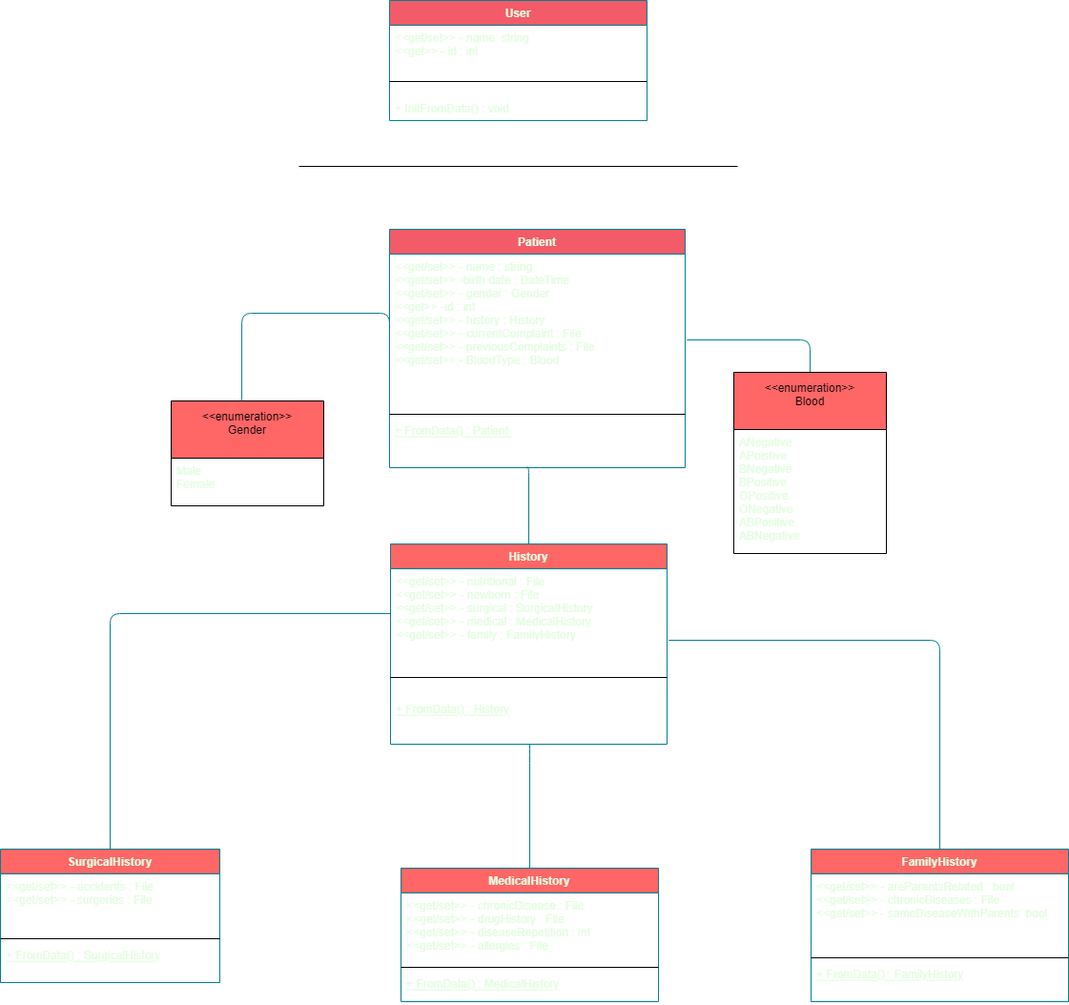
YusufAbdelaziz/go-clinic keeps this draw.io diagram as ClassDiagram.drawio.png. Above is the earlier version. Source tidied: cells renumbered, new cells last; positions are measured from the earlier drawing's top-left corner, leaving out a move shared by most shapes.
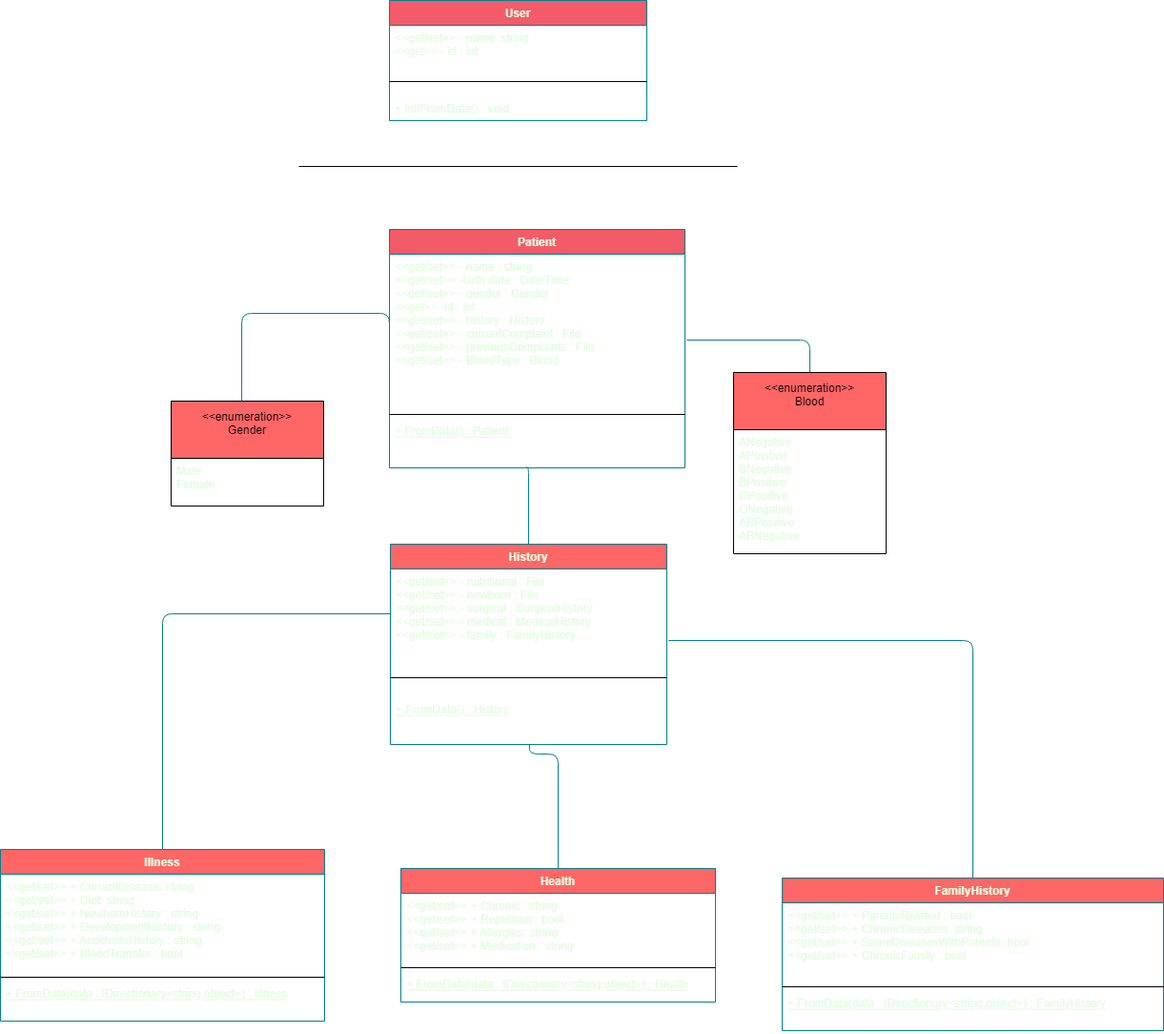
The same diagram one commit later.

Commit message:
Modified the class digram. (#19)

* Chganges the name of forms.

* Create dotnet-desktop.yml (#17)


* Update ClassDiagram.drawio.png

Change to the diagram source:
```diff
@@ -81,17 +81,17 @@
         </Array>
       </mxGeometry>
     </mxCell>
-    <mxCell id="23" value="SurgicalHistory&#10;" style="swimlane;fontStyle=1;align=center;verticalAlign=top;horizontal=1;startSize=26;rounded=0;sketch=0;fontColor=#E4FDE1;strokeColor=#028090;fillColor=#FF6666;" parent="1" vertex="1">
-      <mxGeometry y="890" width="230" height="140" as="geometry" />
+    <mxCell id="23" value="Illness" style="swimlane;fontStyle=1;align=center;verticalAlign=top;horizontal=1;startSize=26;rounded=0;sketch=0;fontColor=#E4FDE1;strokeColor=#028090;fillColor=#FF6666;" parent="1" vertex="1">
+      <mxGeometry y="890" width="340" height="180" as="geometry" />
     </mxCell>
-    <mxCell id="24" value="&lt;&lt;get/set&gt;&gt; - accidents : File&#10;&lt;&lt;get/set&gt;&gt; - surgeries : File" style="text;strokeColor=none;fillColor=none;align=left;verticalAlign=top;spacingLeft=4;spacingRight=4;overflow=hidden;rounded=0;sketch=0;fontColor=#E4FDE1;" parent="23" vertex="1">
-      <mxGeometry y="26" width="230" height="64" as="geometry" />
+    <mxCell id="24" value="&lt;&lt;get/set&gt;&gt; + CurrentDisease: string&#10;&lt;&lt;get/set&gt;&gt; + Diet: string&#10;&lt;&lt;get/set&gt;&gt; + NewbornHistory : string&#10;&lt;&lt;get/set&gt;&gt; + DevelopmentHistory : string&#10;&lt;&lt;get/set&gt;&gt; + AccidentsHistory : string&#10;&lt;&lt;get/set&gt;&gt; + BloodTransfer : bool" style="text;strokeColor=none;fillColor=none;align=left;verticalAlign=top;spacingLeft=4;spacingRight=4;overflow=hidden;rounded=0;sketch=0;fontColor=#E4FDE1;" parent="23" vertex="1">
+      <mxGeometry y="26" width="340" height="104" as="geometry" />
     </mxCell>
     <mxCell id="25" style="line;strokeWidth=1;fillColor=none;align=left;verticalAlign=middle;spacingTop=-1;spacingLeft=3;spacingRight=3;labelPosition=right;rounded=0;sketch=0;fontColor=#E4FDE1;" parent="23" vertex="1">
-      <mxGeometry y="90" width="230" height="8" as="geometry" />
+      <mxGeometry y="130" width="340" height="8" as="geometry" />
     </mxCell>
-    <mxCell id="26" value="+ FromData() : SurgicalHistory" style="text;strokeColor=none;fillColor=none;align=left;verticalAlign=top;spacingLeft=4;spacingRight=4;overflow=hidden;rounded=0;sketch=0;fontColor=#E4FDE1;fontStyle=4;" parent="23" vertex="1">
-      <mxGeometry y="98" width="230" height="42" as="geometry" />
+    <mxCell id="26" value="+ FromData(data : IDirectionary&lt;string,object&gt;) : Illness" style="text;strokeColor=none;fillColor=none;align=left;verticalAlign=top;spacingLeft=4;spacingRight=4;overflow=hidden;rounded=0;sketch=0;fontColor=#E4FDE1;fontStyle=4;" parent="23" vertex="1">
+      <mxGeometry y="138" width="340" height="42" as="geometry" />
     </mxCell>
     <mxCell id="27" style="edgeStyle=elbowEdgeStyle;rounded=1;sketch=0;jettySize=auto;elbow=vertical;html=1;exitX=0.5;exitY=0;exitDx=0;exitDy=0;fontColor=#E4FDE1;endArrow=none;endFill=0;strokeColor=#028090;fillColor=#F45B69;" parent="1" edge="1" source="28">
       <mxGeometry relative="1" as="geometry">
@@ -103,17 +103,17 @@
         </Array>
       </mxGeometry>
     </mxCell>
-    <mxCell id="28" value="MedicalHistory" style="swimlane;fontStyle=1;align=center;verticalAlign=top;horizontal=1;startSize=26;rounded=0;sketch=0;fontColor=#E4FDE1;strokeColor=#028090;fillColor=#FF6666;" parent="1" vertex="1">
-      <mxGeometry x="420" y="910" width="270" height="140" as="geometry" />
+    <mxCell id="28" value="Health" style="swimlane;fontStyle=1;align=center;verticalAlign=top;horizontal=1;startSize=26;rounded=0;sketch=0;fontColor=#E4FDE1;strokeColor=#028090;fillColor=#FF6666;" parent="1" vertex="1">
+      <mxGeometry x="420" y="910" width="330" height="140" as="geometry" />
     </mxCell>
-    <mxCell id="29" value="&lt;&lt;get/set&gt;&gt; - chronicDisease : File&#10;&lt;&lt;get/set&gt;&gt; - drugHistory : File&#10;&lt;&lt;get/set&gt;&gt; - diseaseRepetition : int&#10;&lt;&lt;get/set&gt;&gt; - allergies : File" style="text;strokeColor=none;fillColor=none;align=left;verticalAlign=top;spacingLeft=4;spacingRight=4;overflow=hidden;rounded=0;sketch=0;fontColor=#E4FDE1;" parent="28" vertex="1">
-      <mxGeometry y="26" width="270" height="74" as="geometry" />
+    <mxCell id="29" value="&lt;&lt;get/set&gt;&gt; + Chronic : string&#10;&lt;&lt;get/set&gt;&gt; + Repetition : bool&#10;&lt;&lt;get/set&gt;&gt; + Allergies: string&#10;&lt;&lt;get/set&gt;&gt; + Medication : string" style="text;strokeColor=none;fillColor=none;align=left;verticalAlign=top;spacingLeft=4;spacingRight=4;overflow=hidden;rounded=0;sketch=0;fontColor=#E4FDE1;" parent="28" vertex="1">
+      <mxGeometry y="26" width="330" height="74" as="geometry" />
     </mxCell>
     <mxCell id="30" style="line;strokeWidth=1;fillColor=none;align=left;verticalAlign=middle;spacingTop=-1;spacingLeft=3;spacingRight=3;labelPosition=right;rounded=0;sketch=0;fontColor=#E4FDE1;" parent="28" vertex="1">
-      <mxGeometry y="100" width="270" height="8" as="geometry" />
+      <mxGeometry y="100" width="330" height="8" as="geometry" />
     </mxCell>
-    <mxCell id="31" value="+ FromData() : MedicalHistory" style="text;strokeColor=none;fillColor=none;align=left;verticalAlign=top;spacingLeft=4;spacingRight=4;overflow=hidden;rounded=0;sketch=0;fontColor=#E4FDE1;fontStyle=4;" parent="28" vertex="1">
-      <mxGeometry y="108" width="270" height="32" as="geometry" />
+    <mxCell id="31" value="+ FromData(data : IDirectionary&lt;string,object&gt;) : Health" style="text;strokeColor=none;fillColor=none;align=left;verticalAlign=top;spacingLeft=4;spacingRight=4;overflow=hidden;rounded=0;sketch=0;fontColor=#E4FDE1;fontStyle=4;" parent="28" vertex="1">
+      <mxGeometry y="108" width="330" height="32" as="geometry" />
     </mxCell>
     <mxCell id="32" style="edgeStyle=elbowEdgeStyle;rounded=1;sketch=0;jettySize=auto;elbow=vertical;html=1;exitX=0.5;exitY=0;exitDx=0;exitDy=0;entryX=1.006;entryY=0.801;entryDx=0;entryDy=0;entryPerimeter=0;fontColor=#E4FDE1;endArrow=none;endFill=0;strokeColor=#028090;fillColor=#F45B69;" parent="1" edge="1" source="33" target="15">
       <mxGeometry relative="1" as="geometry">
@@ -123,16 +123,16 @@
       </mxGeometry>
     </mxCell>
     <mxCell id="33" value="FamilyHistory" style="swimlane;fontStyle=1;align=center;verticalAlign=top;horizontal=1;startSize=26;rounded=0;sketch=0;fontColor=#E4FDE1;strokeColor=#028090;fillColor=#FF6666;" parent="1" vertex="1">
-      <mxGeometry x="850" y="890" width="270" height="160" as="geometry" />
+      <mxGeometry x="820" y="920" width="400" height="160" as="geometry" />
     </mxCell>
-    <mxCell id="34" value="&lt;&lt;get/set&gt;&gt; - areParentsRelated : bool&#10;&lt;&lt;get/set&gt;&gt; - chronicDiseases : File&#10;&lt;&lt;get/set&gt;&gt; - sameDiseaseWithParents: bool" style="text;strokeColor=none;fillColor=none;align=left;verticalAlign=top;spacingLeft=4;spacingRight=4;overflow=hidden;rounded=0;sketch=0;fontColor=#E4FDE1;" parent="33" vertex="1">
-      <mxGeometry y="26" width="270" height="84" as="geometry" />
+    <mxCell id="34" value="&lt;&lt;get/set&gt;&gt; + ParentsRelated : bool&#10;&lt;&lt;get/set&gt;&gt; + ChronicDiseases :string&#10;&lt;&lt;get/set&gt;&gt; + SameDiseasesWithParents: bool&#10;&lt;&lt;get/set&gt;&gt; + ChronicFamily : bool" style="text;strokeColor=none;fillColor=none;align=left;verticalAlign=top;spacingLeft=4;spacingRight=4;overflow=hidden;rounded=0;sketch=0;fontColor=#E4FDE1;" parent="33" vertex="1">
+      <mxGeometry y="26" width="400" height="84" as="geometry" />
     </mxCell>
     <mxCell id="35" style="line;strokeWidth=1;fillColor=none;align=left;verticalAlign=middle;spacingTop=-1;spacingLeft=3;spacingRight=3;labelPosition=right;rounded=0;sketch=0;fontColor=#E4FDE1;" parent="33" vertex="1">
-      <mxGeometry y="110" width="270" height="8" as="geometry" />
+      <mxGeometry y="110" width="400" height="8" as="geometry" />
     </mxCell>
-    <mxCell id="36" value="+ FromData() : FamilyHistory" style="text;strokeColor=none;fillColor=none;align=left;verticalAlign=top;spacingLeft=4;spacingRight=4;overflow=hidden;rounded=0;sketch=0;fontColor=#E4FDE1;fontStyle=4;" parent="33" vertex="1">
-      <mxGeometry y="118" width="270" height="42" as="geometry" />
+    <mxCell id="36" value="+ FromData(data : IDirectionary&lt;string,object&gt;) : FamilyHistory" style="text;strokeColor=none;fillColor=none;align=left;verticalAlign=top;spacingLeft=4;spacingRight=4;overflow=hidden;rounded=0;sketch=0;fontColor=#E4FDE1;fontStyle=4;" parent="33" vertex="1">
+      <mxGeometry y="118" width="400" height="42" as="geometry" />
     </mxCell>
   </root>
 </mxGraphModel>
```
